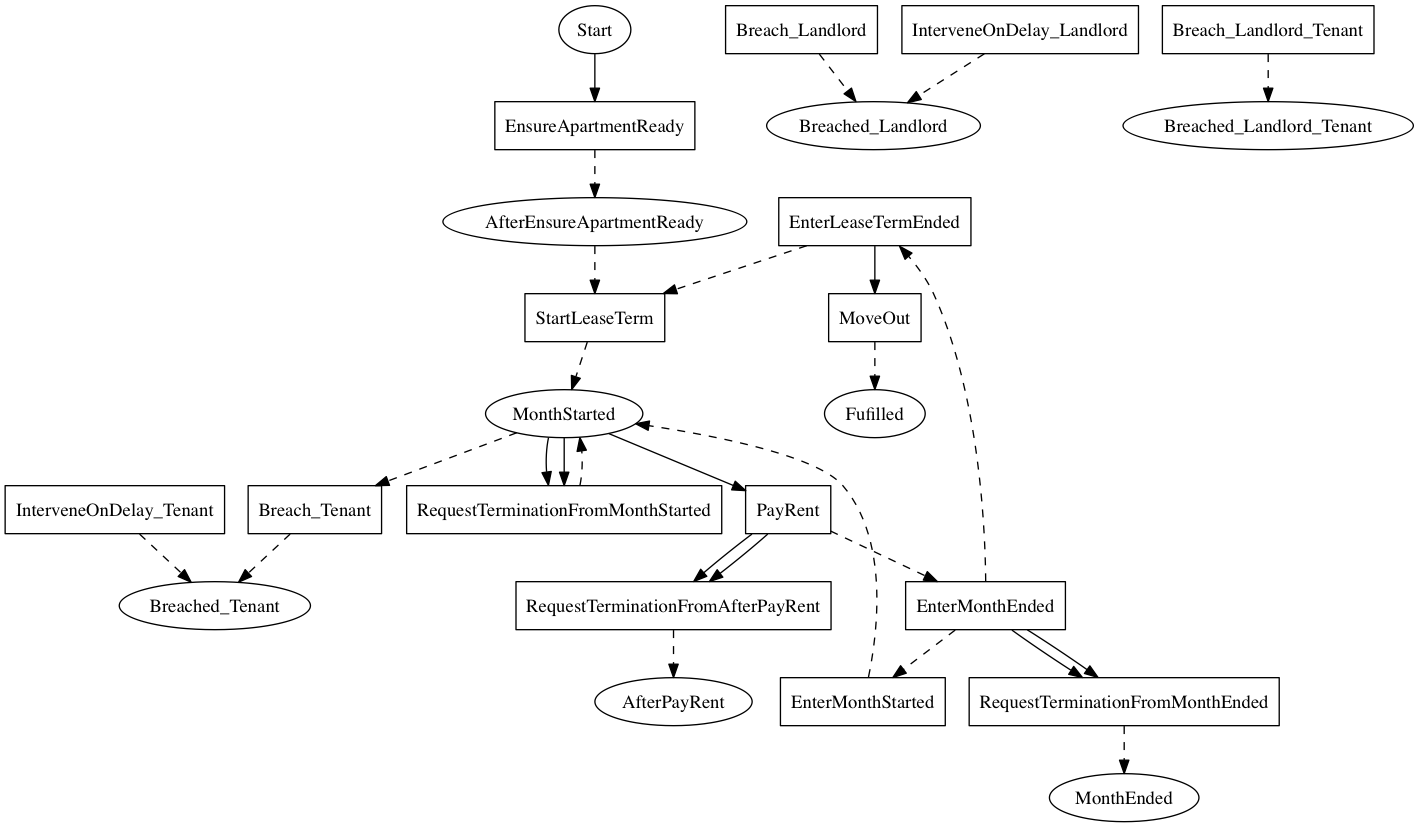
Before: linear_state_machine_language/pyL4/examples/out_graphviz/from_academic_lit/hvitved_lease.png, a diagram exported from Graphviz (Marcao02/complaw-deeptech). Its source is kept beside it as linear_state_machine_language/pyL4/examples/out_graphviz/from_academic_lit/hvitved_lease.dot.
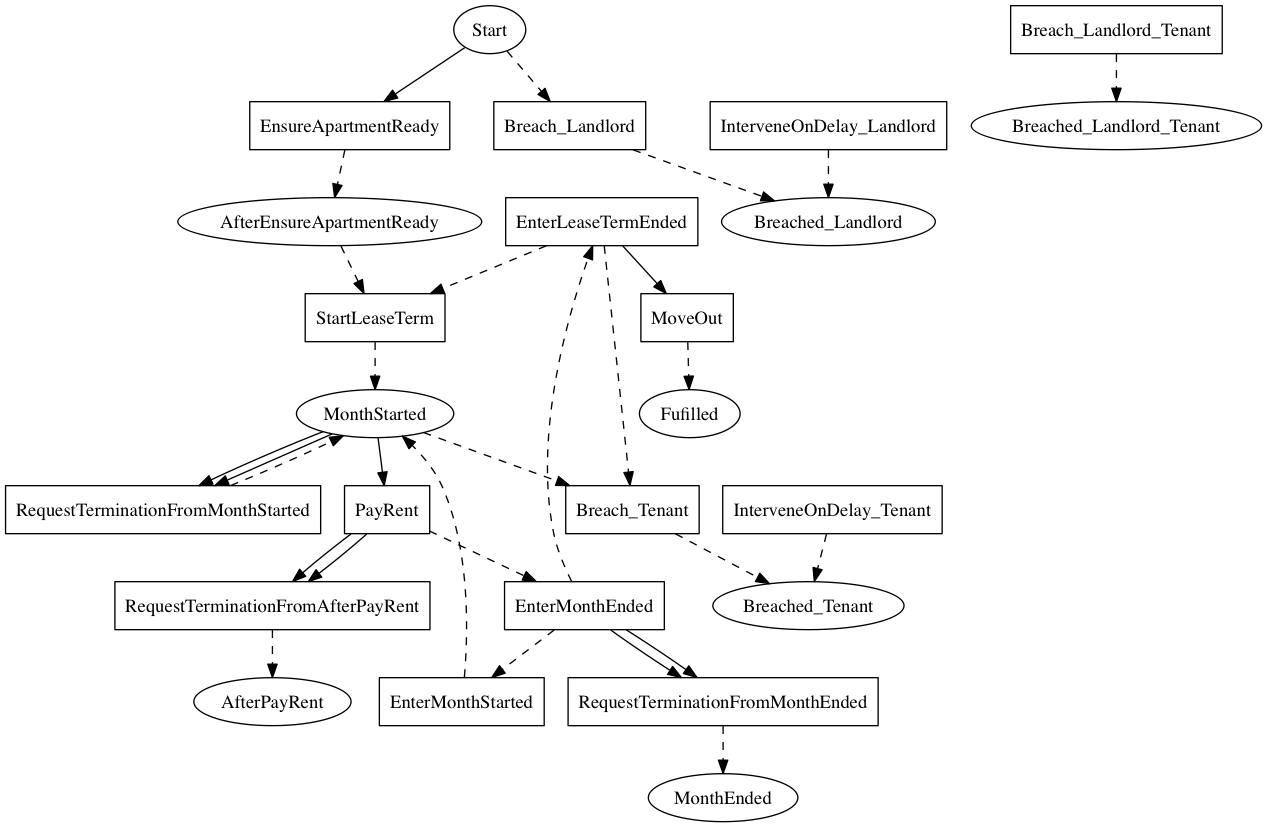
The same file after the commit.

What changed in the source:
```diff
@@ -28,6 +28,7 @@
 
 
     Start -> EnsureApartmentReady;
+	Start -> Breach_Landlord [style=dashed];
 	AfterEnsureApartmentReady -> StartLeaseTerm [style=dashed];
 	MonthStarted -> PayRent;
 	MonthStarted -> Breach_Tenant [style=dashed];
@@ -41,6 +42,7 @@
 	EnterMonthEnded -> RequestTerminationFromMonthEnded;
 	EnterMonthEnded -> RequestTerminationFromMonthEnded;
 	EnterLeaseTermEnded -> MoveOut;
+	EnterLeaseTermEnded -> Breach_Tenant [style=dashed];
 	EnterLeaseTermEnded -> StartLeaseTerm [style=dashed]
 
     RequestTerminationFromMonthStarted -> MonthStarted [style=dashed];
```
